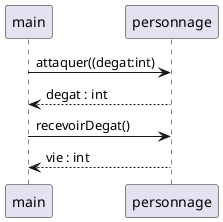
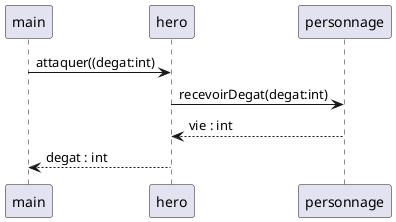
'https://plantuml.com/sequence-diagram
@startuml

participant main
+ participant hero
participant personnage

- main -> personnage : attaquer((degat:int)
- personnage --> main : degat : int
+ main -> hero : attaquer((degat:int)
+ hero -> personnage : recevoirDegat(degat:int)
+ personnage --> hero : vie : int
+ hero --> main : degat : int

- main -> personnage : recevoirDegat()
- 
- personnage --> main : vie : int


@enduml